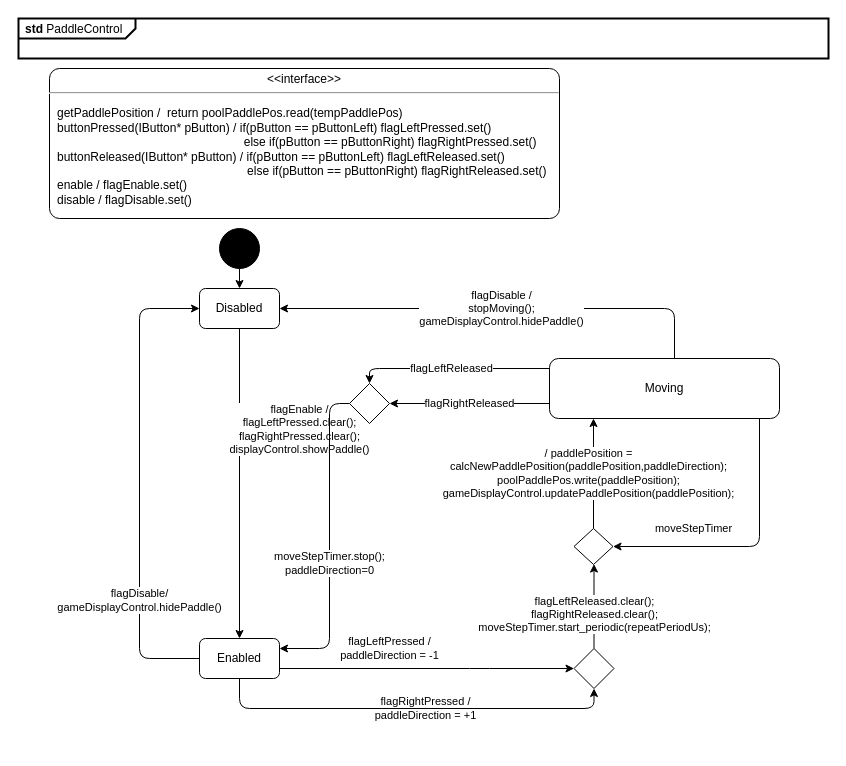
nepbuur1/test_lasergame_2_rework_CleanGUI_godmode keeps this draw.io diagram as page "STD-PaddleControl" (9 of 10) of apps/pong_cleangui_dg_adv/models/pong_dg_adv.drawio. Above is the earlier version. Source tidied: cells renumbered, new cells numbered last; positions are measured from the earlier drawing's top-left corner, leaving out a move shared by most shapes. Both pictures are drawn from the tidied source at 100%, with x=0, y=0 at pixel (18, 18).
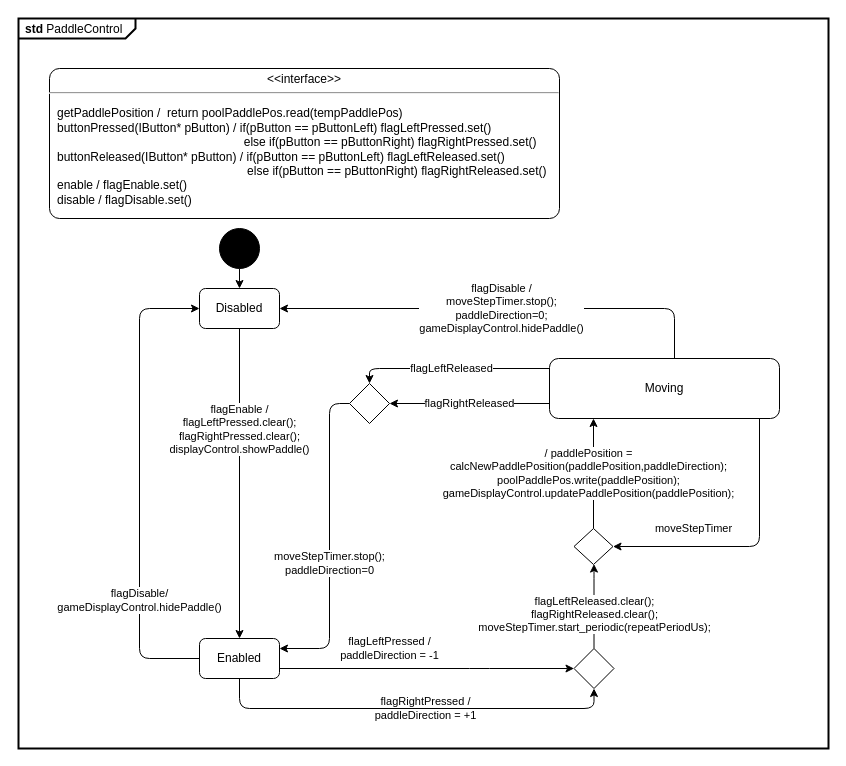
The same page after the edit.

Commit message (it also covers changes not shown here):
STD MainControl toegevoegd

Unchanged cells that the change refers to:
```xml
<mxCell id="5" value="Disabled" style="rounded=1;whiteSpace=wrap;html=1;" parent="1" vertex="1">
  <mxGeometry x="181" y="270" width="80" height="40" as="geometry" />
</mxCell>
<mxCell id="10" value="Enabled" style="rounded=1;whiteSpace=wrap;html=1;" parent="1" vertex="1">
  <mxGeometry x="181" y="620" width="80" height="40" as="geometry" />
</mxCell>
<mxCell id="22" value="Moving" style="rounded=1;whiteSpace=wrap;html=1;" parent="1" vertex="1">
  <mxGeometry x="531" y="340" width="230" height="60" as="geometry" />
</mxCell>
```

What changed in the source:
```diff
@@
     <mxCell id="2" value="&lt;p style=&quot;margin:0px;margin-top:4px;margin-left:7px;text-align:left;&quot;&gt;&lt;b&gt;std&lt;/b&gt;  PaddleControl&lt;/p&gt;" style="html=1;shape=mxgraph.sysml.package;overflow=fill;labelX=117.33;strokeWidth=2;align=center;" parent="1" vertex="1">
-      <mxGeometry width="810" height="40" as="geometry" />
+      <mxGeometry width="810" height="730" as="geometry" />
     </mxCell>
@@
     <mxCell id="4" value="flagEnable /&lt;br&gt;&lt;div&gt;flagLeftPressed.clear();&lt;/div&gt;&lt;div&gt;flagRightPressed.clear();&lt;/div&gt;&lt;div&gt;displayControl.showPaddle()&lt;/div&gt;" style="edgeStyle=orthogonalEdgeStyle;rounded=1;jettySize=auto;html=1;curved=0;" parent="1" edge="1" source="5" target="10">
-      <mxGeometry x="-0.35" y="60" relative="1" as="geometry" />
+      <mxGeometry x="-0.35" relative="1" as="geometry" />
     </mxCell>
@@
-    <mxCell id="14" value="flagDisable /&lt;br&gt;stopMoving();&lt;br&gt;gameDisplayControl.hidePaddle()" style="edgeStyle=orthogonalEdgeStyle;rounded=1;jettySize=auto;html=1;curved=0;" parent="1" edge="1" source="22" target="5">
+    <mxCell id="14" value="flagDisable /&lt;br&gt;moveStepTimer.stop();&lt;br&gt;paddleDirection=0;&lt;br&gt;gameDisplayControl.hidePaddle()" style="edgeStyle=orthogonalEdgeStyle;rounded=1;jettySize=auto;html=1;curved=0;" parent="1" edge="1" source="22" target="5">
       <mxGeometry relative="1" as="geometry">
         <Array as="points">
           <mxPoint x="656" y="290" />
         </Array>
       </mxGeometry>
     </mxCell>
```
